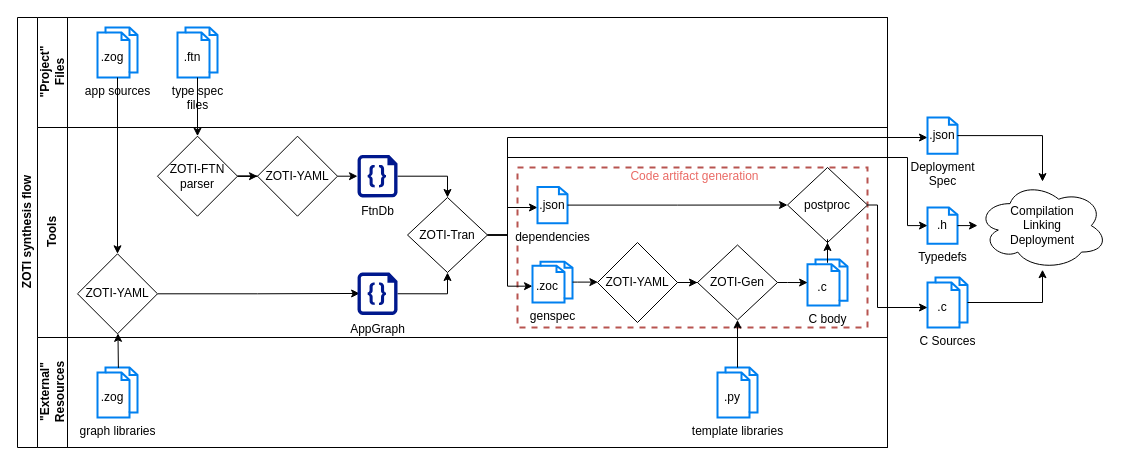
Earlier version of the draw.io diagram page "Page-1" (1 of 2) of example/prod-cons/docs/zoti.drawio (Ericsson/zoti). Source tidied: cells renumbered, new cells numbered last; positions are measured from the earlier drawing's top-left corner, leaving out a move shared by most shapes. Both pictures are drawn from the tidied source at 100%, with x=0, y=0 at pixel (17, 17).
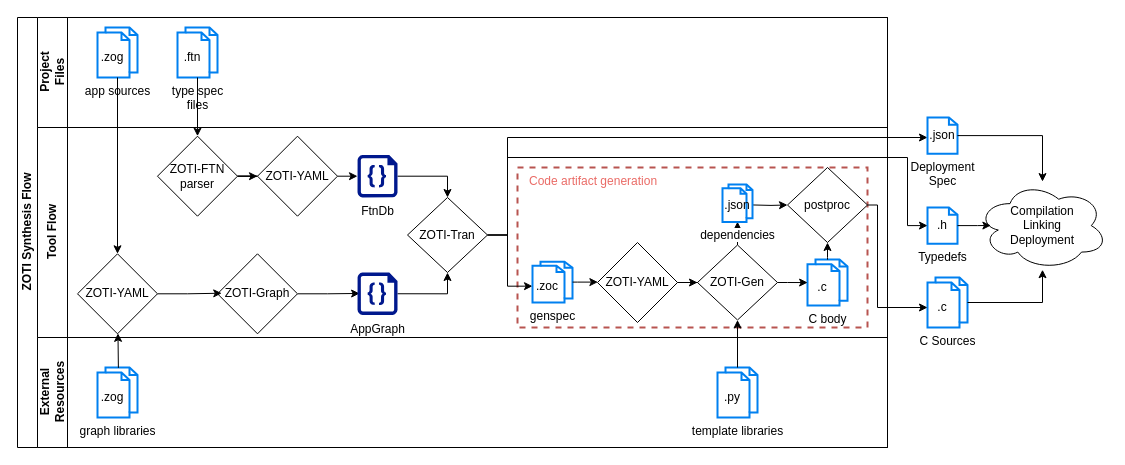
The same page after the edit.

The change refers to these unchanged cells:
```xml
<mxCell id="15" value="ZOTI-YAML" style="rhombus;whiteSpace=wrap;html=1;" parent="12" vertex="1">
  <mxGeometry x="40" y="126.3" width="80" height="80" as="geometry" />
</mxCell>
<mxCell id="17" value="AppGraph" style="sketch=0;shadow=0;dashed=0;html=1;strokeColor=none;labelPosition=center;verticalLabelPosition=bottom;verticalAlign=top;align=center;fillColor=#00188D;shape=mxgraph.azure.code_file;" parent="12" vertex="1">
  <mxGeometry x="320" y="145" width="40" height="42.5" as="geometry" />
</mxCell>
<mxCell id="26" value="ZOTI-Tran" style="rhombus;whiteSpace=wrap;html=1;verticalAlign=middle;sketch=0;shadow=0;dashed=0;align=center;" parent="12" vertex="1">
  <mxGeometry x="370" y="70" width="80" height="75" as="geometry" />
</mxCell>
<mxCell id="28" value="ZOTI-Gen" style="rhombus;whiteSpace=wrap;html=1;verticalAlign=middle;sketch=0;shadow=0;dashed=0;align=center;" parent="12" vertex="1">
  <mxGeometry x="660" y="117.5" width="80" height="75" as="geometry" />
</mxCell>
<mxCell id="34" value="postproc" style="rhombus;whiteSpace=wrap;html=1;verticalAlign=middle;sketch=0;shadow=0;dashed=0;align=center;" parent="12" vertex="1">
  <mxGeometry x="750" y="40" width="80" height="75" as="geometry" />
</mxCell>
<mxCell id="56" value="C body" style="html=1;verticalLabelPosition=bottom;align=center;labelBackgroundColor=#ffffff;verticalAlign=top;strokeWidth=2;strokeColor=#0080F0;shadow=0;dashed=0;shape=mxgraph.ios7.icons.documents;" parent="55" vertex="1">
  <mxGeometry width="40" height="45.8" as="geometry" />
</mxCell>
<mxCell id="61" value=".h" style="text;html=1;strokeColor=none;fillColor=none;align=center;verticalAlign=middle;whiteSpace=wrap;rounded=0;" parent="59" vertex="1">
  <mxGeometry y="3.1" width="30" height="30" as="geometry" />
</mxCell>
<mxCell id="72" value="Compilation&lt;br&gt;Linking&lt;br&gt;Deployment" style="ellipse;shape=cloud;whiteSpace=wrap;html=1;" parent="1" vertex="1">
  <mxGeometry x="960" y="164.1" width="130" height="88.1" as="geometry" />
</mxCell>
```

What changed in the source:
```diff
@@
-    <mxCell id="2" value="ZOTI synthesis flow" style="swimlane;html=1;horizontal=0;startSize=20;" parent="1" vertex="1">
+    <mxCell id="2" value="ZOTI Synthesis Flow" style="swimlane;html=1;horizontal=0;startSize=20;" parent="1" vertex="1">
       <mxGeometry width="870" height="430" as="geometry" />
     </mxCell>
-    <mxCell id="3" value="&quot;Project&quot; &lt;br&gt;Files" style="swimlane;html=1;startSize=30;horizontal=0;" parent="2" vertex="1">
+    <mxCell id="3" value="Project&lt;br&gt;Files" style="swimlane;html=1;startSize=30;horizontal=0;" parent="2" vertex="1">
       <mxGeometry x="20" width="850" height="110" as="geometry" />
     </mxCell>
@@
-    <mxCell id="12" value="Tools" style="swimlane;html=1;startSize=30;horizontal=0;" parent="2" vertex="1">
+    <mxCell id="12" value="Tool Flow" style="swimlane;html=1;startSize=30;horizontal=0;" parent="2" vertex="1">
       <mxGeometry x="20" y="110" width="850" height="210" as="geometry" />
     </mxCell>
@@
-    <mxCell id="14" style="edgeStyle=orthogonalEdgeStyle;rounded=0;jettySize=auto;html=1;entryX=0.053;entryY=0.493;entryDx=0;entryDy=0;entryPerimeter=0;" parent="12" edge="1" source="15" target="17">
+    <mxCell id="14" style="edgeStyle=orthogonalEdgeStyle;rounded=0;jettySize=auto;html=1;entryX=0.053;entryY=0.493;entryDx=0;entryDy=0;entryPerimeter=0;" parent="12" edge="1" source="77" target="17">
       <mxGeometry relative="1" as="geometry" />
     </mxCell>
@@
-    <mxCell id="24" style="edgeStyle=orthogonalEdgeStyle;rounded=0;jettySize=auto;html=1;exitX=1;exitY=0.5;exitDx=0;exitDy=0;" parent="12" edge="1" source="26" target="27">
-      <mxGeometry relative="1" as="geometry">
-        <Array as="points">
-          <mxPoint x="470" y="108" />
-          <mxPoint x="470" y="80" />
-        </Array>
-      </mxGeometry>
-    </mxCell>
@@
-    <mxCell id="27" value="dependencies" style="html=1;verticalLabelPosition=bottom;align=center;labelBackgroundColor=#ffffff;verticalAlign=top;strokeWidth=2;strokeColor=#0080F0;shadow=0;dashed=0;shape=mxgraph.ios7.icons.document;" parent="12" vertex="1">
-      <mxGeometry x="500" y="59.4" width="30" height="36.3" as="geometry" />
-    </mxCell>
+    <mxCell id="76" style="edgeStyle=orthogonalEdgeStyle;rounded=0;jettySize=auto;html=1;exitX=0.5;exitY=0;exitDx=0;exitDy=0;" parent="12" edge="1" source="28">
+      <mxGeometry relative="1" as="geometry">
+        <mxPoint x="700" y="94.1" as="targetPoint" />
+      </mxGeometry>
+    </mxCell>
@@
-    <mxCell id="35" style="edgeStyle=orthogonalEdgeStyle;rounded=0;jettySize=auto;html=1;" parent="12" edge="1" source="27" target="34">
-      <mxGeometry relative="1" as="geometry" />
+    <mxCell id="35" style="edgeStyle=orthogonalEdgeStyle;rounded=0;jettySize=auto;html=1;" parent="12" edge="1" target="34">
+      <mxGeometry relative="1" as="geometry">
+        <mxPoint x="712.5" y="77.4" as="sourcePoint" />
+      </mxGeometry>
     </mxCell>
-    <mxCell id="36" value=".json" style="text;html=1;strokeColor=none;fillColor=none;align=center;verticalAlign=middle;whiteSpace=wrap;rounded=0;" parent="12" vertex="1">
-      <mxGeometry x="500" y="62.5" width="30" height="30" as="geometry" />
-    </mxCell>
@@
-    <mxCell id="39" value="Code artifact generation" style="text;html=1;strokeColor=none;fillColor=none;align=center;verticalAlign=middle;whiteSpace=wrap;rounded=0;fontColor=#EA6B66;" parent="12" vertex="1">
-      <mxGeometry x="560" y="40.6" width="195" height="16.3" as="geometry" />
+    <mxCell id="39" value="Code artifact generation" style="text;html=1;strokeColor=none;fillColor=none;align=left;verticalAlign=middle;whiteSpace=wrap;rounded=0;fontColor=#EA6B66;" parent="12" vertex="1">
+      <mxGeometry x="490" y="46.2" width="195" height="16.3" as="geometry" />
     </mxCell>
+    <mxCell id="77" value="ZOTI-Graph" style="rhombus;whiteSpace=wrap;html=1;" parent="12" vertex="1">
+      <mxGeometry x="180" y="126.3" width="80" height="80" as="geometry" />
+    </mxCell>
+    <mxCell id="78" style="edgeStyle=orthogonalEdgeStyle;rounded=0;jettySize=auto;html=1;entryX=0.053;entryY=0.493;entryDx=0;entryDy=0;entryPerimeter=0;" parent="12" edge="1" source="15" target="77">
+      <mxGeometry relative="1" as="geometry" />
+    </mxCell>
+    <mxCell id="27" value="dependencies" style="html=1;verticalLabelPosition=bottom;align=center;labelBackgroundColor=#ffffff;verticalAlign=top;strokeWidth=2;strokeColor=#0080F0;shadow=0;dashed=0;shape=mxgraph.ios7.icons.documents;" parent="12" vertex="1">
+      <mxGeometry x="685" y="56.9" width="30" height="37.5" as="geometry" />
+    </mxCell>
+    <mxCell id="36" value=".json" style="text;html=1;strokeColor=none;fillColor=none;align=center;verticalAlign=middle;whiteSpace=wrap;rounded=0;" parent="12" vertex="1">
+      <mxGeometry x="685" y="62.5" width="30" height="30" as="geometry" />
+    </mxCell>
-    <mxCell id="40" value="&quot;External&quot; &lt;br&gt;Resources" style="swimlane;html=1;startSize=30;horizontal=0;" parent="2" vertex="1">
+    <mxCell id="40" value="External&lt;br&gt;Resources" style="swimlane;html=1;startSize=30;horizontal=0;" parent="2" vertex="1">
       <mxGeometry x="20" y="320" width="850" height="110" as="geometry" />
     </mxCell>
@@
-    <mxCell id="58" style="edgeStyle=orthogonalEdgeStyle;rounded=0;jettySize=auto;html=1;" parent="1" edge="1" source="56" target="34">
-      <mxGeometry relative="1" as="geometry" />
+    <mxCell id="58" style="edgeStyle=orthogonalEdgeStyle;rounded=0;jettySize=auto;html=1;entryX=0.5;entryY=1;entryDx=0;entryDy=0;" parent="1" edge="1" source="56" target="34">
+      <mxGeometry relative="1" as="geometry">
+        <Array as="points">
+          <mxPoint x="810" y="240" />
+          <mxPoint x="810" y="240" />
+        </Array>
+      </mxGeometry>
     </mxCell>
@@
-    <mxCell id="74" style="edgeStyle=orthogonalEdgeStyle;rounded=0;jettySize=auto;html=1;" parent="1" edge="1" source="61" target="72">
+    <mxCell id="74" style="edgeStyle=orthogonalEdgeStyle;rounded=0;jettySize=auto;html=1;entryX=0.103;entryY=0.498;entryDx=0;entryDy=0;entryPerimeter=0;" parent="1" edge="1" source="61" target="72">
       <mxGeometry relative="1" as="geometry" />
     </mxCell>
```
